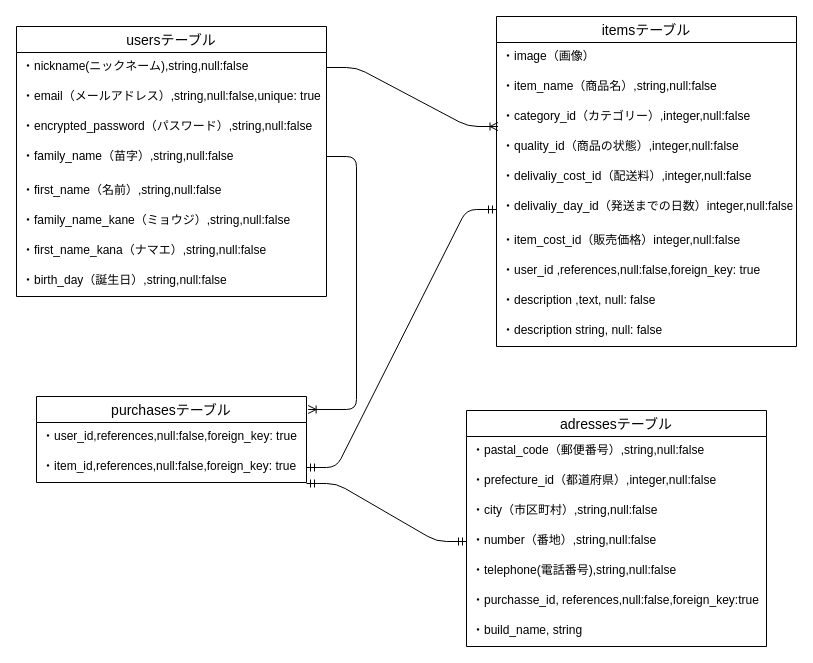
The draw.io diagram furima.dio in yuta-d/furima-34332, before the edit. Source tidied: cells renumbered, new cells numbered last; positions are measured from the earlier drawing's top-left corner, leaving out a move shared by most shapes. Both pictures are drawn from the tidied source at 100%, with x=0, y=0 at pixel (16, 16).
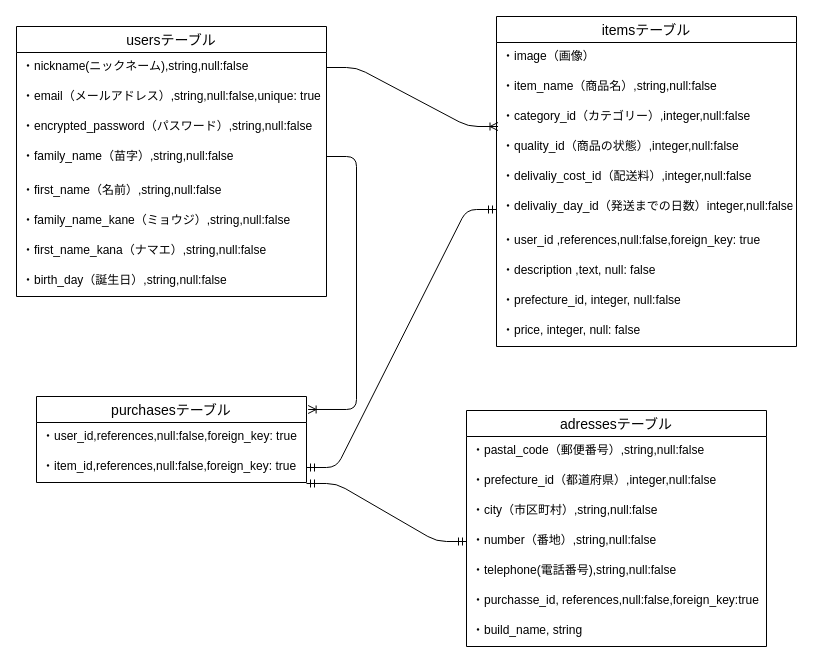
Above is the later version.

Unchanged cells that the change refers to:
```xml
<mxCell id="11" value="itemsテーブル" style="swimlane;fontStyle=0;horizontal=1;startSize=26;align=center;fontSize=14;" parent="1" vertex="1">
  <mxGeometry x="480" width="300" height="330" as="geometry" />
</mxCell>
```

What changed in the source:
```diff
@@
-    <mxCell id="18" value="・item_cost_id（販売価格）integer,null:false" style="text;strokeColor=none;fillColor=none;spacingLeft=4;spacingRight=4;overflow=hidden;fontSize=12;" parent="11" vertex="1">
-      <mxGeometry y="210" width="300" height="30" as="geometry" />
-    </mxCell>
     <mxCell id="19" value="・user_id ,references,null:false,foreign_key: true " style="text;strokeColor=none;fillColor=none;spacingLeft=4;spacingRight=4;overflow=hidden;fontSize=12;" parent="11" vertex="1">
-      <mxGeometry y="240" width="300" height="30" as="geometry" />
+      <mxGeometry y="210" width="300" height="30" as="geometry" />
     </mxCell>
     <mxCell id="20" value="・description ,text, null: false" style="text;strokeColor=none;fillColor=none;spacingLeft=4;spacingRight=4;overflow=hidden;fontSize=12;" parent="11" vertex="1">
-      <mxGeometry y="270" width="300" height="30" as="geometry" />
+      <mxGeometry y="240" width="300" height="30" as="geometry" />
     </mxCell>
-    <mxCell id="21" value="・description string, null: false" style="text;strokeColor=none;fillColor=none;spacingLeft=4;spacingRight=4;overflow=hidden;fontSize=12;" parent="11" vertex="1">
-      <mxGeometry y="300" width="300" height="30" as="geometry" />
+    <mxCell id="21" value="・prefecture_id, integer, null:false" style="text;strokeColor=none;fillColor=none;spacingLeft=4;spacingRight=4;overflow=hidden;fontSize=12;" parent="11" vertex="1">
+      <mxGeometry y="270" width="300" height="30" as="geometry" />
     </mxCell>
+    <mxCell id="37" value="・price, integer, null: false" style="text;strokeColor=none;fillColor=none;spacingLeft=4;spacingRight=4;overflow=hidden;fontSize=12;" parent="11" vertex="1">
+      <mxGeometry y="300" width="300" height="30" as="geometry" />
+    </mxCell>
```
